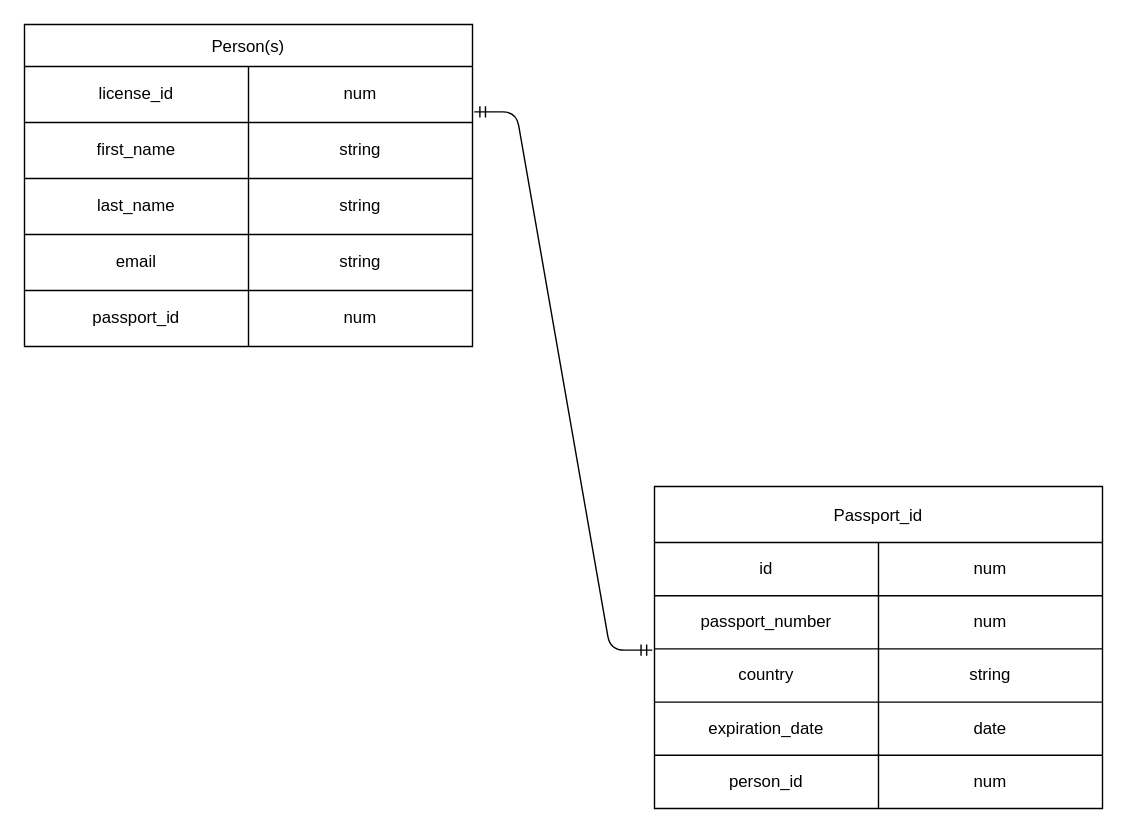
Before: exercises/class-6/Exercise-1.2.drawio in MichaelAI0/CodeLabs_Backend_Exercise_Notes_2023, a draw.io diagram. Source tidied: cells renumbered, new cells numbered last; positions are measured from the earlier drawing's top-left corner, leaving out a move shared by most shapes. Both pictures are drawn from the tidied source at 140%, with x=0, y=0 at pixel (24, 24).
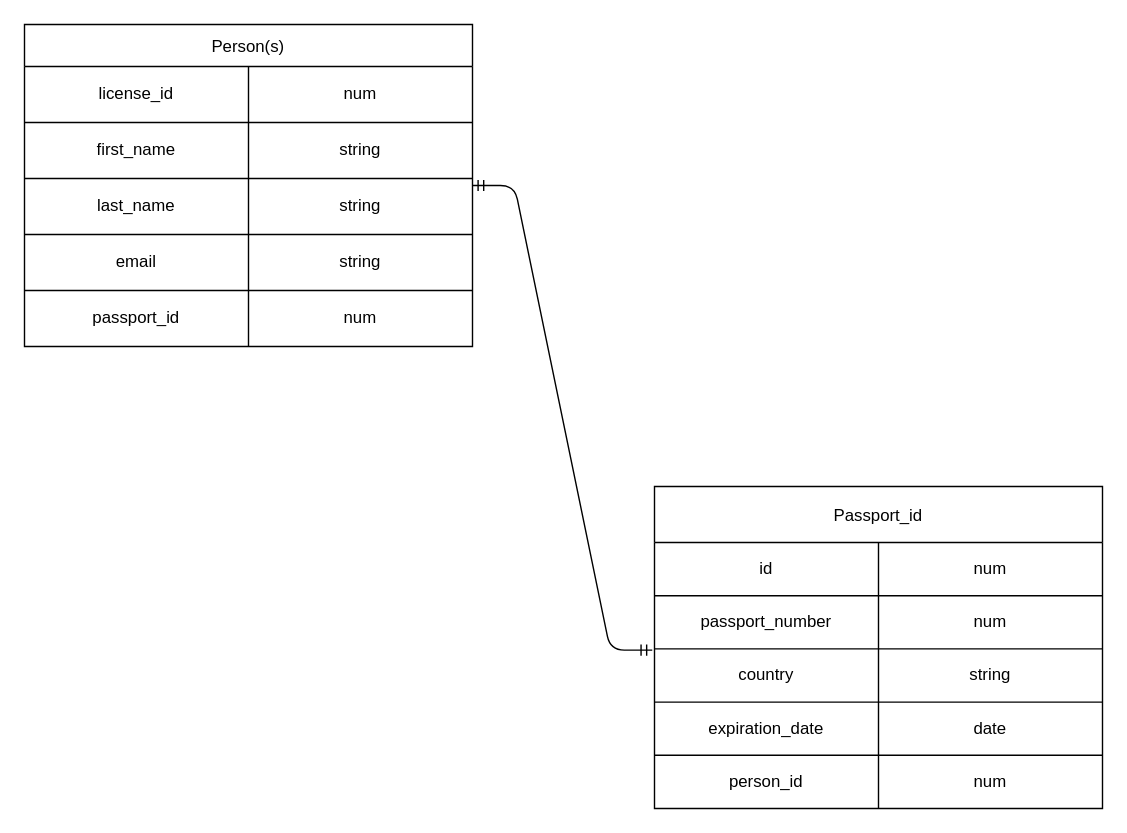
The same page after the edit.

Unchanged cells that the change refers to:
```xml
<mxCell id="2" value="Person(s)" style="shape=table;startSize=30;childLayout=tableLayout;" parent="1" vertex="1">
  <mxGeometry width="320" height="230" as="geometry" />
</mxCell>
<mxCell id="3" style="shape=tableRow;horizontal=0;startSize=0;swimlaneHead=0;swimlaneBody=0;top=0;left=0;bottom=0;right=0;fillColor=none;points=[[0,0.5],[1,0.5]];portConstraint=eastwest;" parent="2" vertex="1">
  <mxGeometry y="30" width="320" height="40" as="geometry" />
</mxCell>
<mxCell id="22" style="shape=tableRow;horizontal=0;startSize=0;swimlaneHead=0;swimlaneBody=0;top=0;left=0;bottom=0;right=0;fillColor=none;points=[[0,0.5],[1,0.5]];portConstraint=eastwest;" parent="18" vertex="1">
  <mxGeometry y="78" width="320" height="38" as="geometry" />
</mxCell>
```

Diff of the diagram source:
```diff
@@
-    <mxCell id="34" style="edgeStyle=entityRelationEdgeStyle;fontSize=12;html=1;endArrow=ERmandOne;startArrow=ERmandOne;entryX=1.004;entryY=0.81;entryDx=0;entryDy=0;entryPerimeter=0;exitX=-0.005;exitY=1.022;exitDx=0;exitDy=0;exitPerimeter=0;" parent="1" edge="1" source="22" target="3">
+    <mxCell id="34" style="edgeStyle=entityRelationEdgeStyle;fontSize=12;html=1;endArrow=ERmandOne;startArrow=ERmandOne;exitX=-0.005;exitY=1.022;exitDx=0;exitDy=0;exitPerimeter=0;" parent="1" edge="1" source="22" target="2">
       <mxGeometry relative="1" as="geometry" />
     </mxCell>
```
